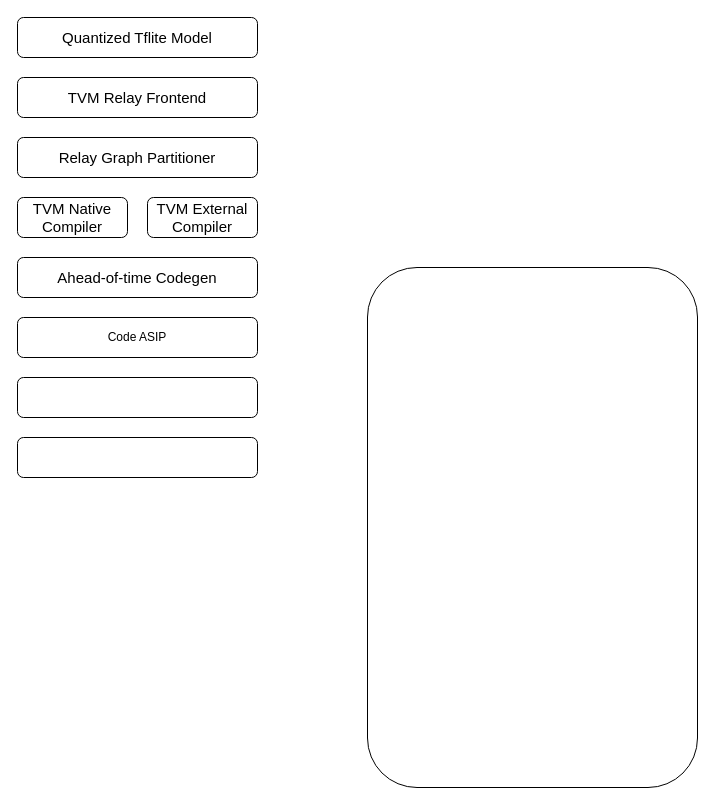
hoangtv2000/document-collection keeps this draw.io diagram as TVM.drawio. Above is the earlier version. Source tidied: cells renumbered, new cells numbered last; positions are measured from the earlier drawing's top-left corner, leaving out a move shared by most shapes. Both pictures are drawn from the tidied source at 100%, with x=0, y=0 at pixel (17, 17).
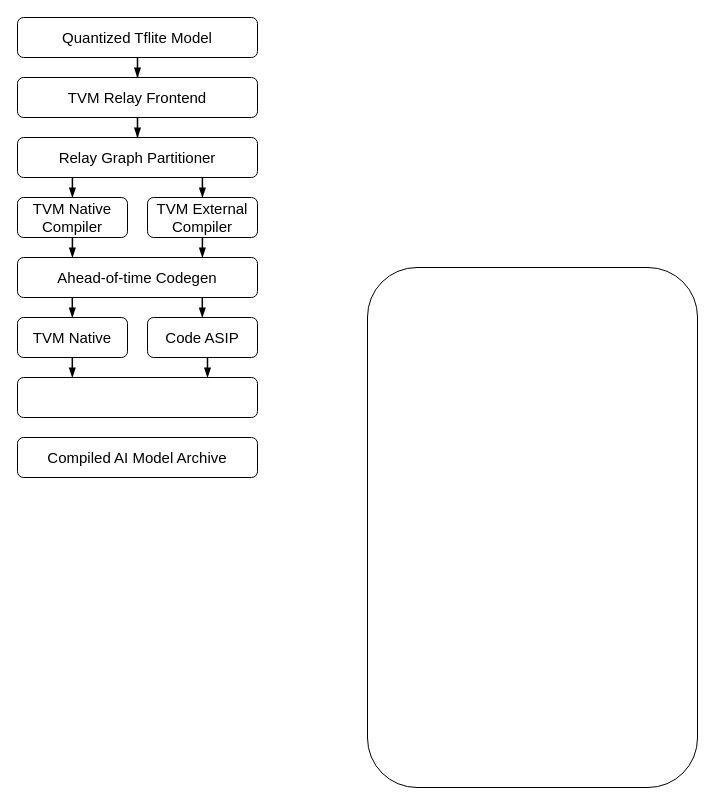
The same page after the edit.

Commit message (it also covers changes not shown here):
Cập nhật TVM.drawio

Unchanged cells that the change refers to:
```xml
<mxCell id="3" value="&lt;span style=&quot;font-size: 15px;&quot;&gt;Quantized Tflite Model&lt;/span&gt;" style="rounded=1;whiteSpace=wrap;html=1;" parent="1" vertex="1">
  <mxGeometry width="240" height="40" as="geometry" />
</mxCell>
<mxCell id="4" value="&lt;font style=&quot;font-size: 15px;&quot;&gt;TVM Relay Frontend&lt;/font&gt;" style="rounded=1;whiteSpace=wrap;html=1;" parent="1" vertex="1">
  <mxGeometry y="60" width="240" height="40" as="geometry" />
</mxCell>
<mxCell id="5" value="&lt;font style=&quot;font-size: 15px;&quot;&gt;Relay Graph Partitioner&lt;/font&gt;" style="rounded=1;whiteSpace=wrap;html=1;" parent="1" vertex="1">
  <mxGeometry y="120" width="240" height="40" as="geometry" />
</mxCell>
```

The edit, as a diff of the source:
```diff
@@
+    <mxCell id="12" style="edgeStyle=orthogonalEdgeStyle;rounded=0;jettySize=auto;html=1;entryX=0.5;entryY=0;entryDx=0;entryDy=0;endArrow=blockThin;endFill=1;strokeWidth=1.5;" parent="1" edge="1" source="3" target="4">
+      <mxGeometry relative="1" as="geometry" />
+    </mxCell>
@@
+    <mxCell id="13" style="edgeStyle=orthogonalEdgeStyle;shape=connector;rounded=0;jettySize=auto;html=1;entryX=0.5;entryY=0;entryDx=0;entryDy=0;strokeColor=default;align=center;verticalAlign=middle;fontFamily=Helvetica;fontSize=11;fontColor=default;labelBackgroundColor=default;endArrow=blockThin;endFill=1;strokeWidth=1.5;" parent="1" edge="1" source="4" target="5">
+      <mxGeometry relative="1" as="geometry" />
+    </mxCell>
@@
-    <mxCell id="8" value="Code ASIP" style="rounded=1;whiteSpace=wrap;html=1;" parent="1" vertex="1">
-      <mxGeometry y="300" width="240" height="40" as="geometry" />
+    <mxCell id="8" value="&lt;font style=&quot;font-size: 15px;&quot;&gt;Code ASIP&lt;/font&gt;" style="rounded=1;whiteSpace=wrap;html=1;" parent="1" vertex="1">
+      <mxGeometry x="130" y="300" width="110" height="40" as="geometry" />
     </mxCell>
@@
-    <mxCell id="10" style="rounded=1;whiteSpace=wrap;html=1;" parent="1" vertex="1">
+    <mxCell id="10" value="&lt;font style=&quot;font-size: 15px;&quot;&gt;Compiled AI Model Archive&lt;/font&gt;" style="rounded=1;whiteSpace=wrap;html=1;" parent="1" vertex="1">
       <mxGeometry y="420" width="240" height="40" as="geometry" />
     </mxCell>
@@
+    <mxCell id="14" value="&lt;span style=&quot;font-size: 15px;&quot;&gt;TVM Native&lt;/span&gt;" style="rounded=1;whiteSpace=wrap;html=1;" parent="1" vertex="1">
+      <mxGeometry y="300" width="110" height="40" as="geometry" />
+    </mxCell>
+    <mxCell id="15" style="edgeStyle=orthogonalEdgeStyle;shape=connector;rounded=0;orthogonalLoop=1;jettySize=auto;html=1;entryX=0.5;entryY=0;entryDx=0;entryDy=0;strokeColor=default;align=center;verticalAlign=middle;fontFamily=Helvetica;fontSize=11;fontColor=default;labelBackgroundColor=default;endArrow=blockThin;endFill=1;strokeWidth=1.5;" parent="1" edge="1">
+      <mxGeometry relative="1" as="geometry">
+        <mxPoint x="184.9" y="160" as="sourcePoint" />
+        <mxPoint x="184.9" y="180" as="targetPoint" />
+      </mxGeometry>
+    </mxCell>
+    <mxCell id="16" style="edgeStyle=orthogonalEdgeStyle;shape=connector;rounded=0;orthogonalLoop=1;jettySize=auto;html=1;entryX=0.5;entryY=0;entryDx=0;entryDy=0;strokeColor=default;align=center;verticalAlign=middle;fontFamily=Helvetica;fontSize=11;fontColor=default;labelBackgroundColor=default;endArrow=blockThin;endFill=1;strokeWidth=1.5;" parent="1" edge="1">
+      <mxGeometry relative="1" as="geometry">
+        <mxPoint x="54.9" y="160" as="sourcePoint" />
+        <mxPoint x="54.9" y="180" as="targetPoint" />
+      </mxGeometry>
+    </mxCell>
+    <mxCell id="17" style="edgeStyle=orthogonalEdgeStyle;shape=connector;rounded=0;orthogonalLoop=1;jettySize=auto;html=1;entryX=0.5;entryY=0;entryDx=0;entryDy=0;strokeColor=default;align=center;verticalAlign=middle;fontFamily=Helvetica;fontSize=11;fontColor=default;labelBackgroundColor=default;endArrow=blockThin;endFill=1;strokeWidth=1.5;" parent="1" edge="1">
+      <mxGeometry relative="1" as="geometry">
+        <mxPoint x="54.9" y="220" as="sourcePoint" />
+        <mxPoint x="54.9" y="240" as="targetPoint" />
+      </mxGeometry>
+    </mxCell>
+    <mxCell id="18" style="edgeStyle=orthogonalEdgeStyle;shape=connector;rounded=0;orthogonalLoop=1;jettySize=auto;html=1;entryX=0.5;entryY=0;entryDx=0;entryDy=0;strokeColor=default;align=center;verticalAlign=middle;fontFamily=Helvetica;fontSize=11;fontColor=default;labelBackgroundColor=default;endArrow=blockThin;endFill=1;strokeWidth=1.5;" parent="1" edge="1">
+      <mxGeometry relative="1" as="geometry">
+        <mxPoint x="184.9" y="220" as="sourcePoint" />
+        <mxPoint x="184.9" y="240" as="targetPoint" />
+      </mxGeometry>
+    </mxCell>
+    <mxCell id="19" style="edgeStyle=orthogonalEdgeStyle;shape=connector;rounded=0;orthogonalLoop=1;jettySize=auto;html=1;entryX=0.5;entryY=0;entryDx=0;entryDy=0;strokeColor=default;align=center;verticalAlign=middle;fontFamily=Helvetica;fontSize=11;fontColor=default;labelBackgroundColor=default;endArrow=blockThin;endFill=1;strokeWidth=1.5;" parent="1" edge="1">
+      <mxGeometry relative="1" as="geometry">
+        <mxPoint x="184.8" y="280" as="sourcePoint" />
+        <mxPoint x="184.8" y="300" as="targetPoint" />
+      </mxGeometry>
+    </mxCell>
+    <mxCell id="20" style="edgeStyle=orthogonalEdgeStyle;shape=connector;rounded=0;orthogonalLoop=1;jettySize=auto;html=1;entryX=0.5;entryY=0;entryDx=0;entryDy=0;strokeColor=default;align=center;verticalAlign=middle;fontFamily=Helvetica;fontSize=11;fontColor=default;labelBackgroundColor=default;endArrow=blockThin;endFill=1;strokeWidth=1.5;" parent="1" edge="1">
+      <mxGeometry relative="1" as="geometry">
+        <mxPoint x="54.8" y="280" as="sourcePoint" />
+        <mxPoint x="54.8" y="300" as="targetPoint" />
+      </mxGeometry>
+    </mxCell>
+    <mxCell id="21" style="edgeStyle=orthogonalEdgeStyle;shape=connector;rounded=0;orthogonalLoop=1;jettySize=auto;html=1;entryX=0.5;entryY=0;entryDx=0;entryDy=0;strokeColor=default;align=center;verticalAlign=middle;fontFamily=Helvetica;fontSize=11;fontColor=default;labelBackgroundColor=default;endArrow=blockThin;endFill=1;strokeWidth=1.5;" parent="1" edge="1">
+      <mxGeometry relative="1" as="geometry">
+        <mxPoint x="54.8" y="340" as="sourcePoint" />
+        <mxPoint x="54.8" y="360" as="targetPoint" />
+      </mxGeometry>
+    </mxCell>
+    <mxCell id="22" style="edgeStyle=orthogonalEdgeStyle;shape=connector;rounded=0;orthogonalLoop=1;jettySize=auto;html=1;entryX=0.5;entryY=0;entryDx=0;entryDy=0;strokeColor=default;align=center;verticalAlign=middle;fontFamily=Helvetica;fontSize=11;fontColor=default;labelBackgroundColor=default;endArrow=blockThin;endFill=1;strokeWidth=1.5;" parent="1" edge="1">
+      <mxGeometry relative="1" as="geometry">
+        <mxPoint x="190" y="340" as="sourcePoint" />
+        <mxPoint x="190" y="360" as="targetPoint" />
+      </mxGeometry>
+    </mxCell>
```
